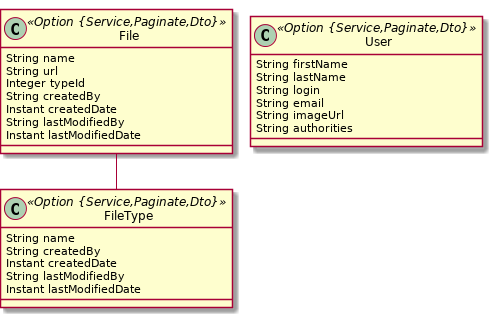
This is storage.png from Pantnkrator/storage-backend, a PlantUML export, as it was before one commit. Its diagram source:
```plantuml
@startuml
	!pragma graphviz_dot jdot
	!pragma syntax class
	class FileType <<Option {Service,Paginate,Dto}>> {
		String name
		String createdBy
		Instant createdDate
		String lastModifiedBy
		Instant lastModifiedDate
	}
	class File <<Option {Service,Paginate,Dto}>> {
		String name
		String url
		Integer typeId
		String createdBy
		Instant createdDate
		String lastModifiedBy
		Instant lastModifiedDate
	}
	File  "fileType 0..* " o-- "0..1 "  FileType
	class User <<Option {Service,Paginate,Dto}>> {
		String firstName
		String lastName
		String login
		String email
		String imageUrl
		String authorities
	}
@enduml
```
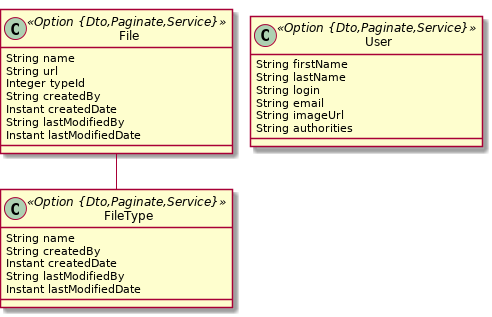
Later version of the same file.

Commit message:
return Pages and filter for fileType of files

Diff of the diagram source:
```diff
@@ -1,14 +1,14 @@
 @startuml
 	!pragma graphviz_dot jdot
 	!pragma syntax class
-	class FileType <<Option {Service,Paginate,Dto}>> {
+	class FileType <<Option {Dto,Paginate,Service}>> {
 		String name
 		String createdBy
 		Instant createdDate
 		String lastModifiedBy
 		Instant lastModifiedDate
 	}
-	class File <<Option {Service,Paginate,Dto}>> {
+	class File <<Option {Dto,Paginate,Service}>> {
 		String name
 		String url
 		Integer typeId
@@ -18,7 +18,7 @@
 		Instant lastModifiedDate
 	}
 	File  "fileType 0..* " o-- "0..1 "  FileType
-	class User <<Option {Service,Paginate,Dto}>> {
+	class User <<Option {Dto,Paginate,Service}>> {
 		String firstName
 		String lastName
 		String login
```
